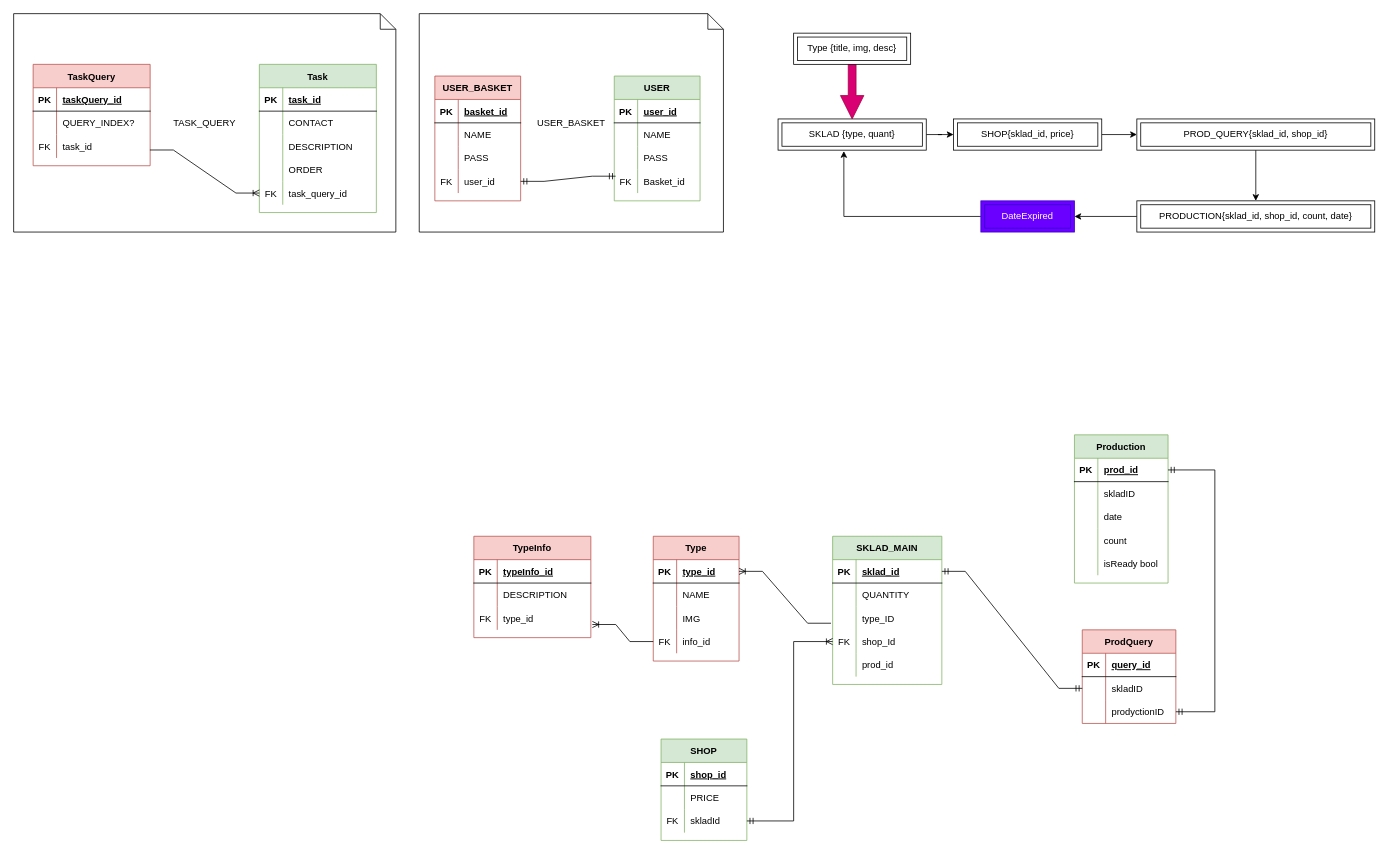
Earlier version of the draw.io diagram server/models/ProductionTree.drawio (akuma-code/AppReact). Source tidied: cells renumbered, new cells numbered last; positions are measured from the earlier drawing's top-left corner, leaving out a move shared by most shapes. Both pictures are drawn from the tidied source at 78%, with x=0, y=0 at pixel (13, 13).
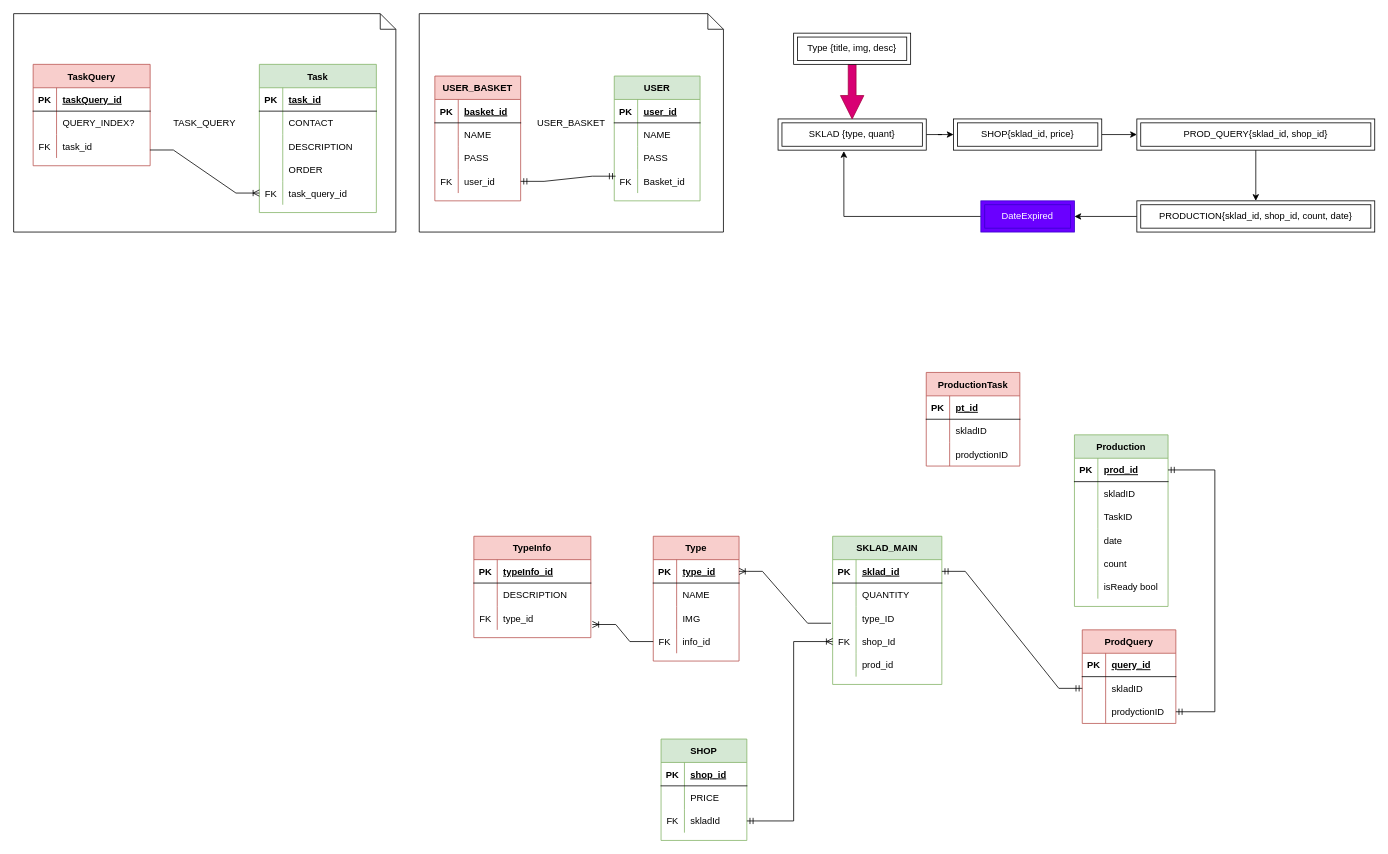
After the change.

Unchanged cells that the change refers to:
```xml
<mxCell id="21" style="shape=tableRow;horizontal=0;startSize=0;swimlaneHead=0;swimlaneBody=0;fillColor=none;points=[[0,0.5],[1,0.5]];portConstraint=eastwest;top=0;left=0;right=0;bottom=1;" parent="20" vertex="1">
  <mxGeometry y="30" width="120" height="30" as="geometry" />
</mxCell>
<mxCell id="36" value="ProdQuery" style="shape=table;startSize=30;childLayout=tableLayout;rowLines=0;fontStyle=1;align=center;fillColor=#f8cecc;strokeColor=#b85450;" parent="1" vertex="1">
  <mxGeometry x="1370" y="790" width="120" height="120" as="geometry" />
</mxCell>
```

Change to the diagram source:
```diff
@@
     <mxCell id="20" value="Production" style="shape=table;startSize=30;childLayout=tableLayout;rowLines=0;fontStyle=1;align=center;fillColor=#d5e8d4;strokeColor=#82b366;" parent="1" vertex="1">
-      <mxGeometry x="1360" y="540" width="120" height="190" as="geometry" />
+      <mxGeometry x="1360" y="540" width="120" height="220" as="geometry" />
     </mxCell>
@@
+    <mxCell id="150" style="shape=tableRow;horizontal=0;startSize=0;swimlaneHead=0;swimlaneBody=0;fillColor=none;top=0;left=0;right=0;bottom=0;" parent="20" vertex="1">
+      <mxGeometry y="90" width="120" height="30" as="geometry" />
+    </mxCell>
+    <mxCell id="151" style="shape=partialRectangle;fillColor=none;top=0;left=0;bottom=0;right=0;overflow=hidden;" parent="150" vertex="1">
+      <mxGeometry width="30" height="30" as="geometry" />
+    </mxCell>
+    <mxCell id="152" value="TaskID" style="shape=partialRectangle;fillColor=none;top=0;left=0;bottom=0;right=0;align=left;spacingLeft=6;overflow=hidden;" parent="150" vertex="1">
+      <mxGeometry x="30" width="90" height="30" as="geometry" />
+    </mxCell>
     <mxCell id="27" style="shape=tableRow;horizontal=0;startSize=0;swimlaneHead=0;swimlaneBody=0;fillColor=none;top=0;left=0;right=0;bottom=0;" parent="20" vertex="1">
-      <mxGeometry y="90" width="120" height="30" as="geometry" />
+      <mxGeometry y="120" width="120" height="30" as="geometry" />
     </mxCell>
@@
     <mxCell id="30" style="shape=tableRow;horizontal=0;startSize=0;swimlaneHead=0;swimlaneBody=0;fillColor=none;top=0;left=0;right=0;bottom=0;" parent="20" vertex="1">
-      <mxGeometry y="120" width="120" height="30" as="geometry" />
+      <mxGeometry y="150" width="120" height="30" as="geometry" />
     </mxCell>
@@
     <mxCell id="33" style="shape=tableRow;horizontal=0;startSize=0;swimlaneHead=0;swimlaneBody=0;fillColor=none;top=0;left=0;right=0;bottom=0;" parent="20" vertex="1">
-      <mxGeometry y="150" width="120" height="30" as="geometry" />
+      <mxGeometry y="180" width="120" height="30" as="geometry" />
     </mxCell>
@@
-    <mxCell id="43" style="shape=tableRow;horizontal=0;startSize=0;swimlaneHead=0;swimlaneBody=0;fillColor=none;points=[[0,0.5],[1,0.5]];portConstraint=eastwest;top=0;left=0;right=0;bottom=0;" parent="36" vertex="1">
-      <mxGeometry y="90" width="120" height="30" as="geometry" />
-    </mxCell>
-    <mxCell id="44" style="shape=partialRectangle;fillColor=none;top=0;left=0;bottom=0;right=0;overflow=hidden;" parent="43" vertex="1">
-      <mxGeometry width="30" height="30" as="geometry" />
-    </mxCell>
-    <mxCell id="45" value="prodyctionID" style="shape=partialRectangle;fillColor=none;top=0;left=0;bottom=0;right=0;align=left;spacingLeft=6;overflow=hidden;" parent="43" vertex="1">
-      <mxGeometry x="30" width="90" height="30" as="geometry" />
-    </mxCell>
+    <mxCell id="153" style="shape=tableRow;horizontal=0;startSize=0;swimlaneHead=0;swimlaneBody=0;fillColor=none;points=[[0,0.5],[1,0.5]];portConstraint=eastwest;top=0;left=0;right=0;bottom=0;" parent="36" vertex="1">
+      <mxGeometry y="90" width="120" height="30" as="geometry" />
+    </mxCell>
+    <mxCell id="154" style="shape=partialRectangle;fillColor=none;top=0;left=0;bottom=0;right=0;overflow=hidden;" parent="153" vertex="1">
+      <mxGeometry width="30" height="30" as="geometry" />
+    </mxCell>
+    <mxCell id="155" value="prodyctionID" style="shape=partialRectangle;fillColor=none;top=0;left=0;bottom=0;right=0;align=left;spacingLeft=6;overflow=hidden;" parent="153" vertex="1">
+      <mxGeometry x="30" width="90" height="30" as="geometry" />
+    </mxCell>
@@
-    <mxCell id="47" style="edgeStyle=orthogonalEdgeStyle;fontSize=12;html=1;endArrow=ERmandOne;startArrow=ERmandOne;rounded=0;entryX=1;entryY=0.5;entryDx=0;entryDy=0;exitX=1;exitY=0.5;exitDx=0;exitDy=0;" parent="1" edge="1" source="43" target="21">
+    <mxCell id="47" style="edgeStyle=orthogonalEdgeStyle;fontSize=12;html=1;endArrow=ERmandOne;startArrow=ERmandOne;rounded=0;entryX=1;entryY=0.5;entryDx=0;entryDy=0;" parent="1" edge="1" source="153" target="21">
       <mxGeometry relative="1" as="geometry">
         <Array as="points">
           <mxPoint x="1540" y="895" />
           <mxPoint x="1540" y="585" />
         </Array>
       </mxGeometry>
     </mxCell>
@@
+    <mxCell id="156" value="ProductionTask" style="shape=table;startSize=30;childLayout=tableLayout;rowLines=0;fontStyle=1;align=center;fillColor=#f8cecc;strokeColor=#b85450;" parent="1" vertex="1">
+      <mxGeometry x="1170" y="460" width="120" height="120" as="geometry" />
+    </mxCell>
+    <mxCell id="157" style="shape=tableRow;horizontal=0;startSize=0;swimlaneHead=0;swimlaneBody=0;fillColor=none;top=0;left=0;right=0;bottom=1;" parent="156" vertex="1">
+      <mxGeometry y="30" width="120" height="30" as="geometry" />
+    </mxCell>
+    <mxCell id="158" value="PK" style="shape=partialRectangle;fillColor=none;top=0;left=0;bottom=0;right=0;fontStyle=1;overflow=hidden;" parent="157" vertex="1">
+      <mxGeometry width="30" height="30" as="geometry" />
+    </mxCell>
+    <mxCell id="159" value="pt_id" style="shape=partialRectangle;fillColor=none;top=0;left=0;bottom=0;right=0;align=left;spacingLeft=6;fontStyle=5;overflow=hidden;" parent="157" vertex="1">
+      <mxGeometry x="30" width="90" height="30" as="geometry" />
+    </mxCell>
+    <mxCell id="160" style="shape=tableRow;horizontal=0;startSize=0;swimlaneHead=0;swimlaneBody=0;fillColor=none;top=0;left=0;right=0;bottom=0;" parent="156" vertex="1">
+      <mxGeometry y="60" width="120" height="30" as="geometry" />
+    </mxCell>
+    <mxCell id="161" style="shape=partialRectangle;fillColor=none;top=0;left=0;bottom=0;right=0;overflow=hidden;" parent="160" vertex="1">
+      <mxGeometry width="30" height="30" as="geometry" />
+    </mxCell>
+    <mxCell id="162" value="skladID" style="shape=partialRectangle;fillColor=none;top=0;left=0;bottom=0;right=0;align=left;spacingLeft=6;overflow=hidden;" parent="160" vertex="1">
+      <mxGeometry x="30" width="90" height="30" as="geometry" />
+    </mxCell>
+    <mxCell id="163" style="shape=tableRow;horizontal=0;startSize=0;swimlaneHead=0;swimlaneBody=0;fillColor=none;top=0;left=0;right=0;bottom=0;" parent="156" vertex="1">
+      <mxGeometry y="90" width="120" height="30" as="geometry" />
+    </mxCell>
+    <mxCell id="164" style="shape=partialRectangle;fillColor=none;top=0;left=0;bottom=0;right=0;overflow=hidden;" parent="163" vertex="1">
+      <mxGeometry width="30" height="30" as="geometry" />
+    </mxCell>
+    <mxCell id="165" value="prodyctionID" style="shape=partialRectangle;fillColor=none;top=0;left=0;bottom=0;right=0;align=left;spacingLeft=6;overflow=hidden;" parent="163" vertex="1">
+      <mxGeometry x="30" width="90" height="30" as="geometry" />
+    </mxCell>
```
